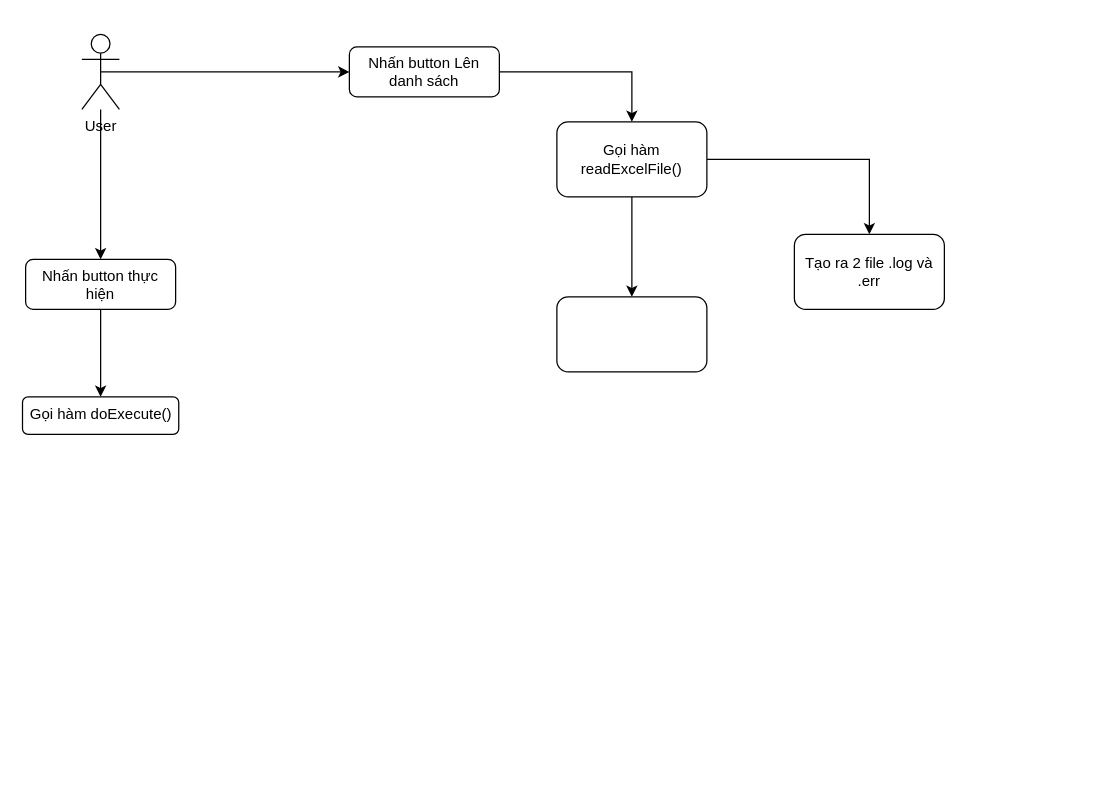
Earlier version of the draw.io diagram Untitled Diagram.drawio (lehahung2k/No-Name). Source tidied: cells renumbered, new cells numbered last; positions are measured from the earlier drawing's top-left corner, leaving out a move shared by most shapes. Both pictures are drawn from the tidied source at 125%, with x=0, y=0 at pixel (21, 34).
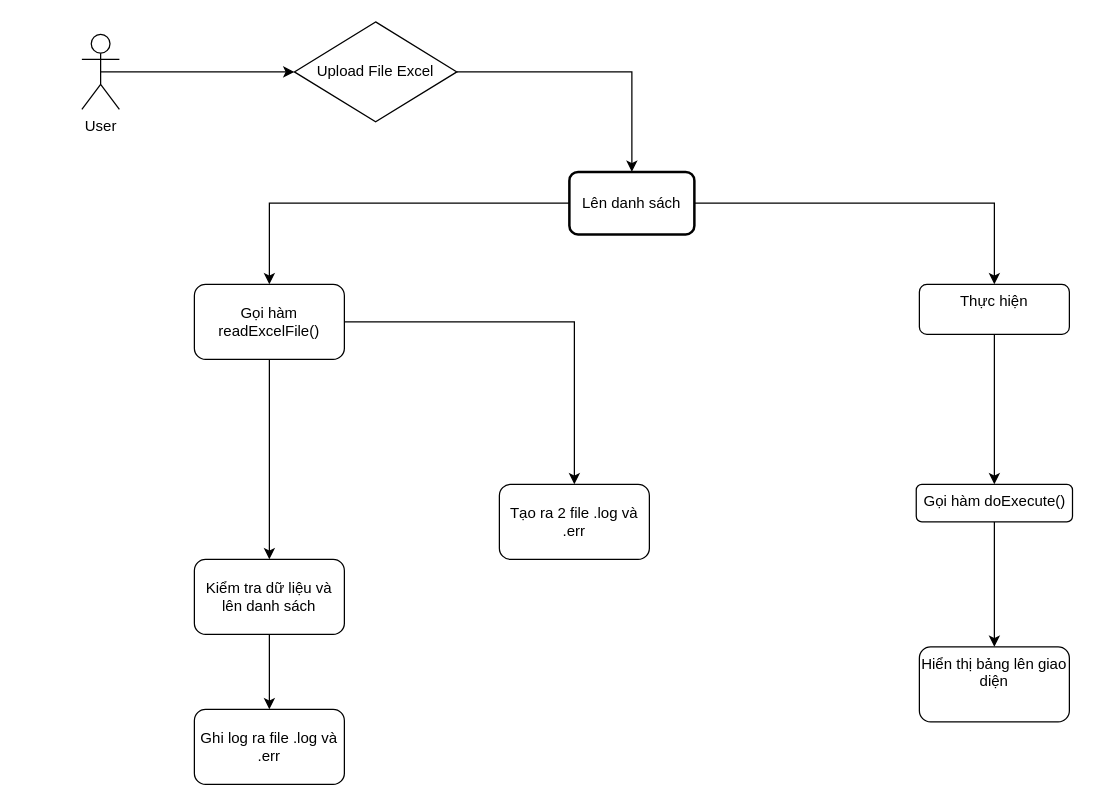
The same diagram, later.

Commit message:
config divert

The change refers to these unchanged cells:
```xml
<mxCell id="6" value="User" style="shape=umlActor;verticalLabelPosition=bottom;verticalAlign=top;html=1;outlineConnect=0;" parent="1" vertex="1">
  <mxGeometry x="48" width="30" height="60" as="geometry" />
</mxCell>
```

Diff of the diagram source:
```diff
@@
-    <mxCell id="2" style="edgeStyle=orthogonalEdgeStyle;rounded=0;jettySize=auto;html=1;" parent="1" edge="1" source="3" target="9">
-      <mxGeometry relative="1" as="geometry" />
-    </mxCell>
-    <mxCell id="3" value="Nhấn button Lên danh sách" style="rounded=1;whiteSpace=wrap;html=1;fontSize=12;glass=0;strokeWidth=1;shadow=0;" parent="1" vertex="1">
-      <mxGeometry x="262" y="10" width="120" height="40" as="geometry" />
-    </mxCell>
-    <mxCell id="4" style="edgeStyle=orthogonalEdgeStyle;rounded=0;jettySize=auto;html=1;exitX=0.5;exitY=0.5;exitDx=0;exitDy=0;exitPerimeter=0;" parent="1" edge="1" source="6" target="3">
-      <mxGeometry relative="1" as="geometry" />
-    </mxCell>
-    <mxCell id="5" style="edgeStyle=orthogonalEdgeStyle;rounded=0;jettySize=auto;html=1;" parent="1" edge="1" source="6" target="11">
-      <mxGeometry relative="1" as="geometry" />
-    </mxCell>
+    <mxCell id="15" style="edgeStyle=orthogonalEdgeStyle;rounded=0;jettySize=auto;html=1;exitX=0.5;exitY=0.5;exitDx=0;exitDy=0;exitPerimeter=0;entryX=0;entryY=0.5;entryDx=0;entryDy=0;" parent="1" edge="1" source="6" target="20">
+      <mxGeometry relative="1" as="geometry" />
+    </mxCell>
@@
-    <mxCell id="8" style="edgeStyle=orthogonalEdgeStyle;rounded=0;jettySize=auto;html=1;" parent="1" edge="1" source="9" target="14">
+    <mxCell id="8" style="edgeStyle=orthogonalEdgeStyle;rounded=0;jettySize=auto;html=1;exitX=0.5;exitY=1;exitDx=0;exitDy=0;" parent="1" edge="1" source="9" target="14">
       <mxGeometry relative="1" as="geometry" />
     </mxCell>
     <mxCell id="9" value="Gọi hàm readExcelFile()" style="whiteSpace=wrap;html=1;rounded=1;glass=0;strokeWidth=1;shadow=0;" parent="1" vertex="1">
-      <mxGeometry x="428" y="70" width="120" height="60" as="geometry" />
+      <mxGeometry x="138" y="200" width="120" height="60" as="geometry" />
     </mxCell>
@@
-    <mxCell id="11" value="Nhấn button thực hiện" style="rounded=1;whiteSpace=wrap;html=1;verticalAlign=top;" parent="1" vertex="1">
-      <mxGeometry x="3" y="180" width="120" height="40" as="geometry" />
+    <mxCell id="11" value="Thực hiện" style="rounded=1;whiteSpace=wrap;html=1;verticalAlign=top;" parent="1" vertex="1">
+      <mxGeometry x="718" y="200" width="120" height="40" as="geometry" />
     </mxCell>
+    <mxCell id="16" style="edgeStyle=orthogonalEdgeStyle;rounded=0;jettySize=auto;html=1;" parent="1" edge="1" source="12" target="21">
+      <mxGeometry relative="1" as="geometry" />
+    </mxCell>
     <mxCell id="12" value="Gọi hàm doExecute()" style="whiteSpace=wrap;html=1;verticalAlign=top;rounded=1;" parent="1" vertex="1">
-      <mxGeometry x="0.5" y="290" width="125" height="30" as="geometry" />
+      <mxGeometry x="715.5" y="360" width="125" height="30" as="geometry" />
     </mxCell>
     <mxCell id="13" value="Tạo ra 2 file .log và .err" style="whiteSpace=wrap;html=1;rounded=1;glass=0;strokeWidth=1;shadow=0;" parent="1" vertex="1">
-      <mxGeometry x="618" y="160" width="120" height="60" as="geometry" />
+      <mxGeometry x="382" y="360" width="120" height="60" as="geometry" />
     </mxCell>
+    <mxCell id="17" style="edgeStyle=orthogonalEdgeStyle;rounded=0;jettySize=auto;html=1;" parent="1" edge="1" source="14" target="18">
+      <mxGeometry relative="1" as="geometry" />
+    </mxCell>
-    <mxCell id="14" style="whiteSpace=wrap;html=1;rounded=1;glass=0;strokeWidth=1;shadow=0;" parent="1" vertex="1">
-      <mxGeometry x="428" y="210" width="120" height="60" as="geometry" />
+    <mxCell id="14" value="Kiểm tra dữ liệu và lên danh sách" style="whiteSpace=wrap;html=1;rounded=1;glass=0;strokeWidth=1;shadow=0;" parent="1" vertex="1">
+      <mxGeometry x="138" y="420" width="120" height="60" as="geometry" />
     </mxCell>
+    <mxCell id="18" value="Ghi log ra file .log và .err" style="whiteSpace=wrap;html=1;rounded=1;glass=0;strokeWidth=1;shadow=0;" parent="1" vertex="1">
+      <mxGeometry x="138" y="540" width="120" height="60" as="geometry" />
+    </mxCell>
+    <mxCell id="19" style="edgeStyle=orthogonalEdgeStyle;rounded=0;jettySize=auto;html=1;exitX=1;exitY=0.5;exitDx=0;exitDy=0;entryX=0.5;entryY=0;entryDx=0;entryDy=0;" parent="1" edge="1" source="20" target="24">
+      <mxGeometry relative="1" as="geometry" />
+    </mxCell>
+    <mxCell id="20" value="Upload File Excel" style="rhombus;whiteSpace=wrap;html=1;" parent="1" vertex="1">
+      <mxGeometry x="218" y="-10" width="130" height="80" as="geometry" />
+    </mxCell>
+    <mxCell id="21" value="Hiển thị bảng lên giao diện" style="whiteSpace=wrap;html=1;verticalAlign=top;rounded=1;" parent="1" vertex="1">
+      <mxGeometry x="718" y="490" width="120" height="60" as="geometry" />
+    </mxCell>
+    <mxCell id="22" style="edgeStyle=orthogonalEdgeStyle;rounded=0;jettySize=auto;html=1;exitX=0;exitY=0.5;exitDx=0;exitDy=0;" parent="1" edge="1" source="24" target="9">
+      <mxGeometry relative="1" as="geometry" />
+    </mxCell>
+    <mxCell id="23" style="edgeStyle=orthogonalEdgeStyle;rounded=0;jettySize=auto;html=1;exitX=1;exitY=0.5;exitDx=0;exitDy=0;entryX=0.5;entryY=0;entryDx=0;entryDy=0;" parent="1" edge="1" source="24" target="11">
+      <mxGeometry relative="1" as="geometry" />
+    </mxCell>
+    <mxCell id="24" value="Lên danh sách" style="rounded=1;whiteSpace=wrap;html=1;absoluteArcSize=1;arcSize=14;strokeWidth=2;" parent="1" vertex="1">
+      <mxGeometry x="438" y="110" width="100" height="50" as="geometry" />
+    </mxCell>
```
